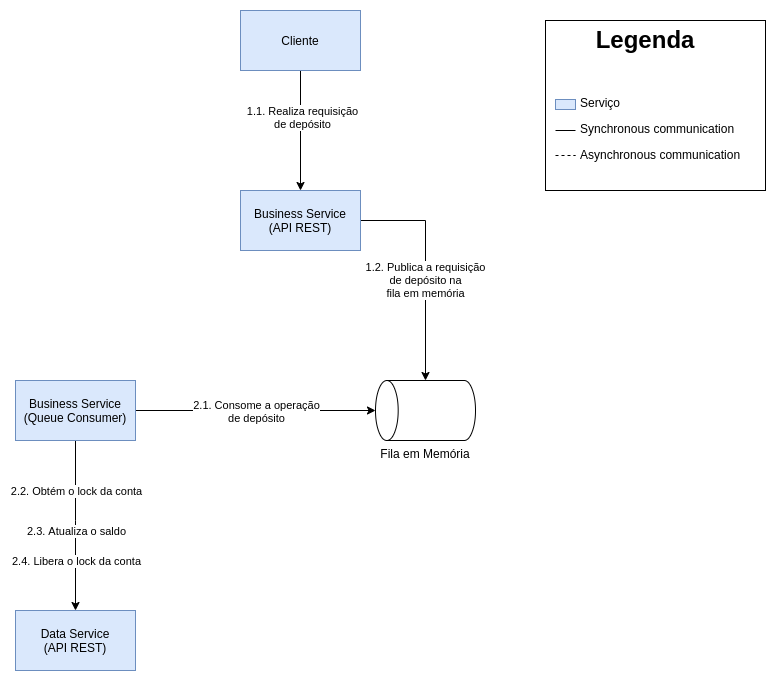
This is docs/Diagrams-ServidorDeNegocio-Deposito.png from eaneto/distributed-bank, a draw.io export, as it was before one commit. Source tidied: cells renumbered, new cells last; positions are measured from the earlier drawing's top-left corner, leaving out a move shared by most shapes.
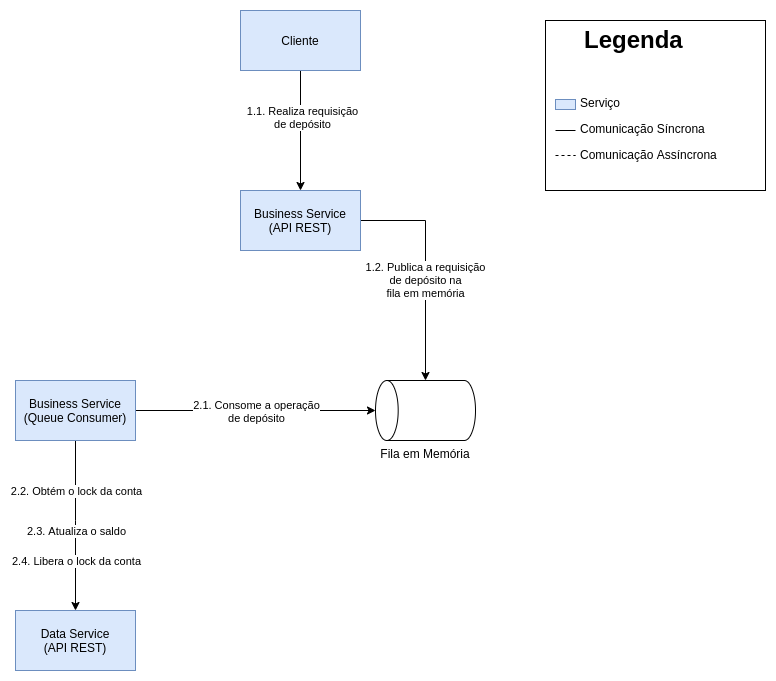
Later version of the same file.

Change to the diagram source:
```diff
@@ -2,7 +2,7 @@
   <root>
     <mxCell id="0" />
     <mxCell id="1" parent="0" />
-    <mxCell id="2" value="&lt;h1 style=&quot;text-align: center&quot;&gt;Legenda&lt;/h1&gt;&lt;p&gt;&lt;br&gt;&lt;/p&gt;&lt;p&gt;&amp;nbsp; &amp;nbsp; &amp;nbsp; &amp;nbsp; &amp;nbsp;Serviço&lt;/p&gt;&lt;p&gt;&amp;nbsp; &amp;nbsp; &amp;nbsp; &amp;nbsp; &amp;nbsp;Synchronous communication&lt;/p&gt;&lt;p&gt;&amp;nbsp; &amp;nbsp; &amp;nbsp; &amp;nbsp; &amp;nbsp;Asynchronous communication&lt;/p&gt;" style="text;html=1;fillColor=none;spacing=5;spacingTop=-20;whiteSpace=wrap;overflow=hidden;rounded=0;strokeColor=#000000;" parent="1" vertex="1">
+    <mxCell id="2" value="&lt;h1 style=&quot;text-align: center&quot;&gt;Legenda&lt;/h1&gt;&lt;p&gt;&lt;br&gt;&lt;/p&gt;&lt;p&gt;&amp;nbsp; &amp;nbsp; &amp;nbsp; &amp;nbsp; &amp;nbsp;Serviço&lt;/p&gt;&lt;p&gt;&amp;nbsp; &amp;nbsp; &amp;nbsp; &amp;nbsp; &amp;nbsp;Comunicação Síncrona&lt;/p&gt;&lt;p&gt;&amp;nbsp; &amp;nbsp; &amp;nbsp; &amp;nbsp; &amp;nbsp;Comunicação Assíncrona&lt;/p&gt;" style="text;html=1;fillColor=none;spacing=5;spacingTop=-20;whiteSpace=wrap;overflow=hidden;rounded=0;strokeColor=#000000;" parent="1" vertex="1">
       <mxGeometry x="530" y="10" width="220" height="170" as="geometry" />
     </mxCell>
     <mxCell id="3" style="rounded=0;whiteSpace=wrap;html=1;fillColor=#dae8fc;strokeColor=#6c8ebf;" parent="1" vertex="1">
```
